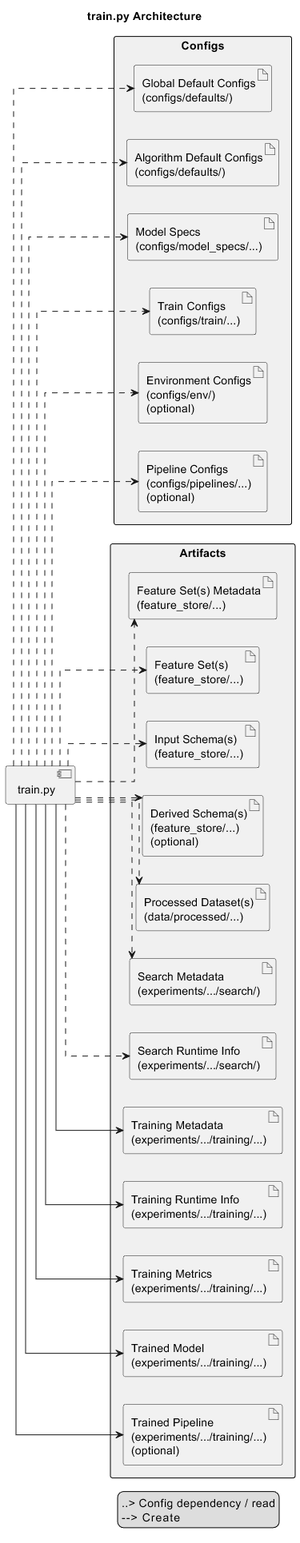
Sebastijan-Dominis/ml-workflow-engine keeps this PlantUML diagram as docs/architecture/img/train.png. Above is the earlier version. Its source is kept beside it as docs/architecture/uml/train.puml. Source of this version:
```plantuml
@startuml train.py Architecture
title train.py Architecture
left to right direction

skinparam shadowing false
skinparam linetype ortho
skinparam packageStyle rectangle

skinparam package {
    BorderColor black
    BackgroundColor #f0f0f0
    Shadowing false
}

package "Configs" {
    artifact global_cfg as "Global Default Configs\n(configs/defaults/)"
    artifact algo_cfg as "Algorithm Default Configs\n(configs/defaults/)"
    artifact model_spec as "Model Specs\n(configs/model_specs/...)"
    artifact train_cfg as "Train Configs\n(configs/train/...)"
    artifact env_cfg as "Environment Configs\n(configs/env/)\n(optional)"
    artifact pipeline_cfg as "Pipeline Configs\n(configs/pipelines/...)\n(optional)"
}

component script as "train.py"

package "Artifacts" {
    artifact feature_sets_metadata as "Feature Set(s) Metadata\n(feature_store/...)"
    artifact features as "Feature Set(s)\n(feature_store/...)"
    artifact input_schemas as "Input Schema(s)\n(feature_store/...)"
    artifact derived_schemas as "Derived Schema(s)\n(feature_store/...)\n(optional)"
    artifact processed_datasets as "Processed Dataset(s)\n(data/processed/...)"
    artifact search_metadata as "Search Metadata\n(experiments/.../search/)"
    artifact search_runtime_info as "Search Runtime Info\n(experiments/.../search/)"
    artifact training_metadata as "Training Metadata\n(experiments/.../training/...)"
    artifact training_runtime_info as "Training Runtime Info\n(experiments/.../training/...)"
    artifact training_metrics as "Training Metrics\n(experiments/.../training/...)"
    artifact model as "Trained Model\n(experiments/.../training/...)"
    artifact pipeline as "Trained Pipeline\n(experiments/.../training/...)\n(optional)"
}

script ..> global_cfg
script ..> algo_cfg
script ..> model_spec
script ..> train_cfg
script ..> env_cfg
script ..> pipeline_cfg

script ..> feature_sets_metadata
script ..> features
script ..> processed_datasets
script ..> input_schemas
script ..> derived_schemas
script ..> search_metadata
script ..> search_runtime_info

script --> training_metadata
script --> training_runtime_info
script --> training_metrics
script --> model
script --> pipeline

legend right
..>   Config dependency / read
-->   Create
endlegend

@enduml
```
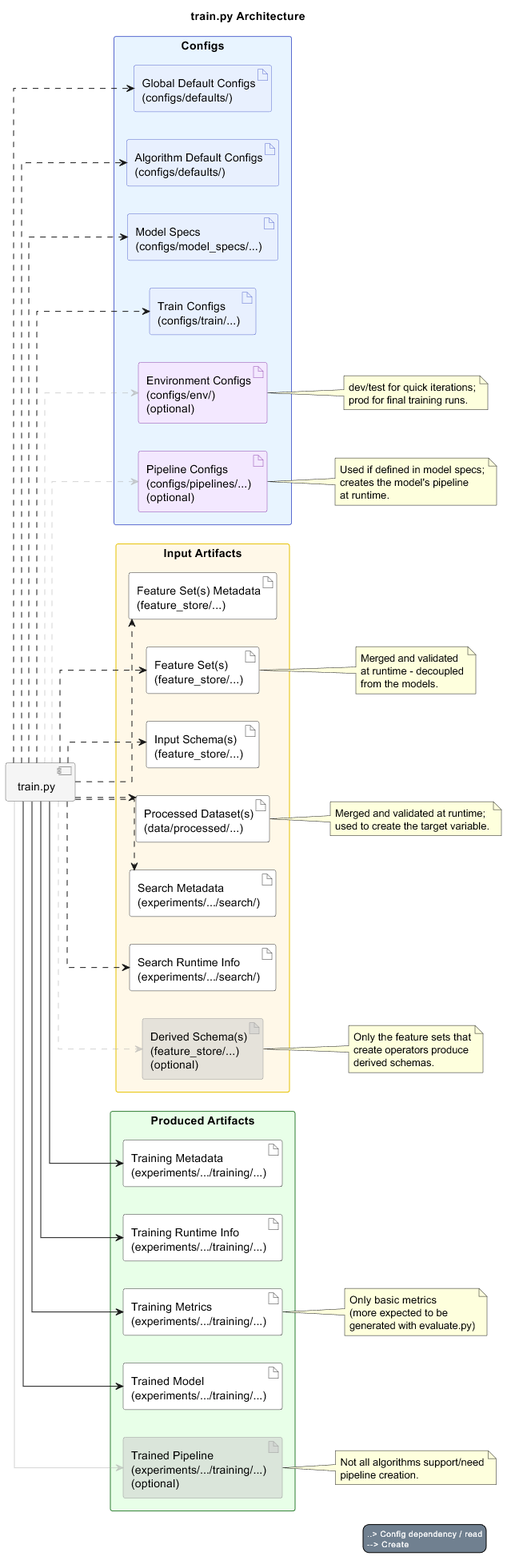
After the change.

Change to the diagram source:
```diff
@@ -1,55 +1,53 @@
 @startuml train.py Architecture
 title train.py Architecture
+!include architecture-theme.puml
 left to right direction
 
 skinparam shadowing false
 skinparam linetype ortho
 skinparam packageStyle rectangle
 
-skinparam package {
-    BorderColor black
-    BackgroundColor #f0f0f0
-    Shadowing false
+package "Configs"<<Configs>> {
+    artifact global_cfg as "Global Default Configs\n(configs/defaults/)" <<config>>
+    artifact algo_cfg as "Algorithm Default Configs\n(configs/defaults/)" <<config>>
+    artifact model_spec as "Model Specs\n(configs/model_specs/...)" <<config>>
+    artifact train_cfg as "Train Configs\n(configs/train/...)" <<config>>
+    artifact env_cfg as "Environment Configs\n(configs/env/)\n(optional)" <<env>>
+    artifact pipeline_cfg as "Pipeline Configs\n(configs/pipelines/...)\n(optional)" <<env>>
 }
 
-package "Configs" {
-    artifact global_cfg as "Global Default Configs\n(configs/defaults/)"
-    artifact algo_cfg as "Algorithm Default Configs\n(configs/defaults/)"
-    artifact model_spec as "Model Specs\n(configs/model_specs/...)"
-    artifact train_cfg as "Train Configs\n(configs/train/...)"
-    artifact env_cfg as "Environment Configs\n(configs/env/)\n(optional)"
-    artifact pipeline_cfg as "Pipeline Configs\n(configs/pipelines/...)\n(optional)"
+component script as "train.py" <<script>>
+
+package "Input Artifacts"<<InputArtifacts>> {
+    artifact feature_sets_metadata as "Feature Set(s) Metadata\n(feature_store/...)" <<artifact>>
+    artifact feature_sets as "Feature Set(s)\n(feature_store/...)" <<artifact>>
+    artifact input_schemas as "Input Schema(s)\n(feature_store/...)" <<artifact>>
+    artifact processed_datasets as "Processed Dataset(s)\n(data/processed/...)" <<artifact>>
+    artifact search_metadata as "Search Metadata\n(experiments/.../search/)" <<artifact>>
+    artifact search_runtime_info as "Search Runtime Info\n(experiments/.../search/)" <<artifact>>
+    artifact derived_schemas as "Derived Schema(s)\n(feature_store/...)\n(optional)" <<artifact_optional>>
 }
 
-component script as "train.py"
-
-package "Artifacts" {
-    artifact feature_sets_metadata as "Feature Set(s) Metadata\n(feature_store/...)"
-    artifact features as "Feature Set(s)\n(feature_store/...)"
-    artifact input_schemas as "Input Schema(s)\n(feature_store/...)"
-    artifact derived_schemas as "Derived Schema(s)\n(feature_store/...)\n(optional)"
-    artifact processed_datasets as "Processed Dataset(s)\n(data/processed/...)"
-    artifact search_metadata as "Search Metadata\n(experiments/.../search/)"
-    artifact search_runtime_info as "Search Runtime Info\n(experiments/.../search/)"
-    artifact training_metadata as "Training Metadata\n(experiments/.../training/...)"
-    artifact training_runtime_info as "Training Runtime Info\n(experiments/.../training/...)"
-    artifact training_metrics as "Training Metrics\n(experiments/.../training/...)"
-    artifact model as "Trained Model\n(experiments/.../training/...)"
-    artifact pipeline as "Trained Pipeline\n(experiments/.../training/...)\n(optional)"
+package "Produced Artifacts"<<ProducedArtifacts>> {
+    artifact training_metadata as "Training Metadata\n(experiments/.../training/...)" <<artifact>>
+    artifact training_runtime_info as "Training Runtime Info\n(experiments/.../training/...)" <<artifact>>
+    artifact training_metrics as "Training Metrics\n(experiments/.../training/...)" <<artifact>>
+    artifact model as "Trained Model\n(experiments/.../training/...)" <<artifact>>
+    artifact pipeline as "Trained Pipeline\n(experiments/.../training/...)\n(optional)" <<artifact_optional>>
 }
 
 script ..> global_cfg
 script ..> algo_cfg
 script ..> model_spec
 script ..> train_cfg
-script ..> env_cfg
-script ..> pipeline_cfg
+script ..[#AAAAAA80]> env_cfg
+script ..[#AAAAAA80]> pipeline_cfg
 
 script ..> feature_sets_metadata
-script ..> features
+script ..> feature_sets
 script ..> processed_datasets
 script ..> input_schemas
-script ..> derived_schemas
+script ..[#AAAAAA80]>  derived_schemas
 script ..> search_metadata
 script ..> search_runtime_info
 
@@ -57,7 +55,46 @@
 script --> training_runtime_info
 script --> training_metrics
 script --> model
-script --> pipeline
+script --[#AAAAAA80]> pipeline
+
+note right of env_cfg
+dev/test for quick iterations;
+prod for final training runs.
+end note
+
+note right of pipeline_cfg
+Used if defined in model specs;
+creates the model's pipeline
+at runtime.
+end note
+
+note right of training_metrics
+Only basic metrics
+(more expected to be
+generated with evaluate.py)
+end note
+
+note right of pipeline
+Not all algorithms support/need
+pipeline creation.
+end note
+
+note right of derived_schemas
+Only the feature sets that
+create operators produce
+derived schemas.
+end note
+
+note right of feature_sets
+Merged and validated
+at runtime - decoupled
+from the models.
+end note
+
+note right of processed_datasets
+Merged and validated at runtime;
+used to create the target variable.
+end note
 
 legend right
 ..>   Config dependency / read
```
